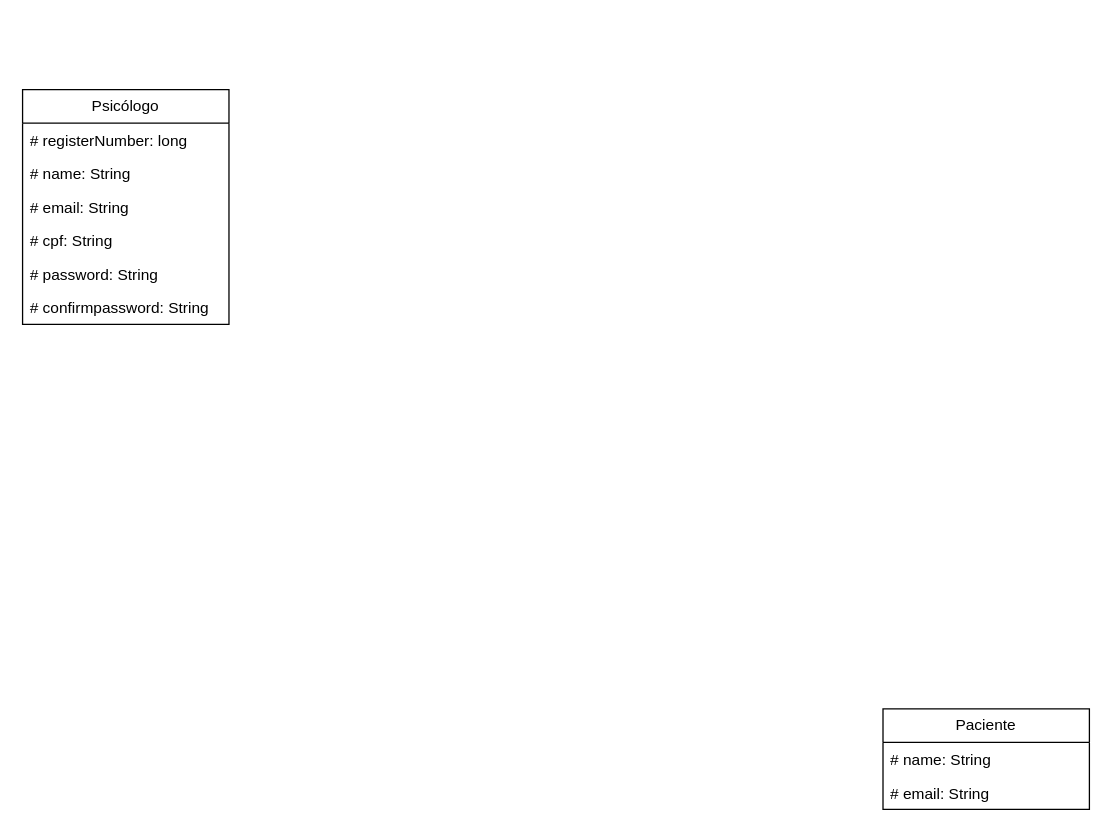
RebecaVieiraM/Diagramas keeps this draw.io diagram as ClassesMyPeace.drawio. Above is the earlier version. Source tidied: cells renumbered, new cells numbered last; positions are measured from the earlier drawing's top-left corner, leaving out a move shared by most shapes. Both pictures are drawn from the tidied source at 129%, with x=0, y=0 at pixel (22, 89).
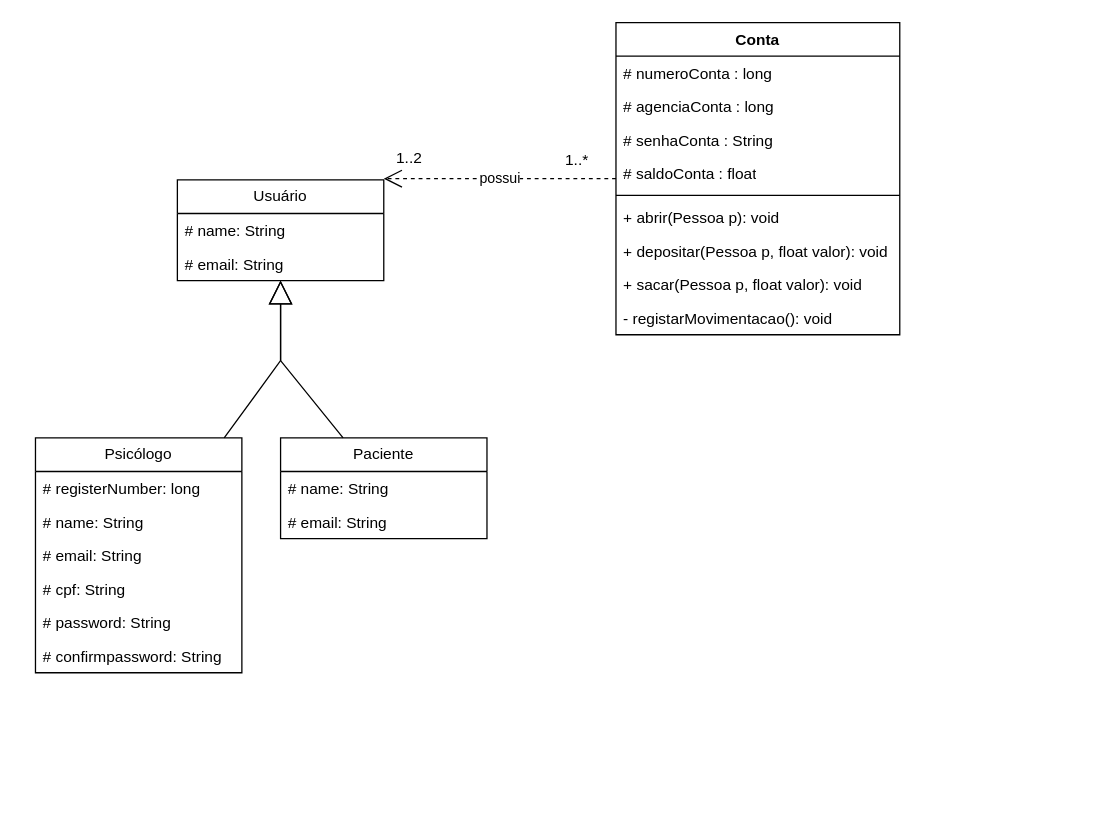
Above is the later version.

What changed in the source:
```diff
@@
     <mxCell id="2" value="Psicólogo" style="swimlane;fontStyle=0;horizontal=1;startSize=26;fillColor=none;whiteSpace=wrap;html=1;" parent="1" vertex="1">
-      <mxGeometry width="160" height="182" as="geometry" />
+      <mxGeometry x="10" y="270" width="160" height="182" as="geometry" />
     </mxCell>
@@
     <mxCell id="9" value="Paciente" style="swimlane;fontStyle=0;horizontal=1;startSize=26;fillColor=none;whiteSpace=wrap;html=1;" parent="1" vertex="1">
-      <mxGeometry x="667" y="480" width="160" height="78" as="geometry" />
+      <mxGeometry x="200" y="270" width="160" height="78" as="geometry" />
     </mxCell>
@@
+    <mxCell id="12" value="Conta" style="swimlane;fontStyle=1;align=center;verticalAlign=top;horizontal=1;startSize=26;whiteSpace=wrap;html=1;" parent="1" vertex="1">
+      <mxGeometry x="460" y="-52" width="220" height="242" as="geometry" />
+    </mxCell>
+    <mxCell id="13" value="# numeroConta : long" style="text;strokeColor=none;fillColor=none;align=left;verticalAlign=top;spacingLeft=4;spacingRight=4;overflow=hidden;whiteSpace=wrap;html=1;" parent="12" vertex="1">
+      <mxGeometry y="26" width="220" height="26" as="geometry" />
+    </mxCell>
+    <mxCell id="14" value="# agenciaConta : long" style="text;strokeColor=none;fillColor=none;align=left;verticalAlign=top;spacingLeft=4;spacingRight=4;overflow=hidden;whiteSpace=wrap;html=1;" parent="12" vertex="1">
+      <mxGeometry y="52" width="220" height="26" as="geometry" />
+    </mxCell>
+    <mxCell id="15" value="# senhaConta : String" style="text;strokeColor=none;fillColor=none;align=left;verticalAlign=top;spacingLeft=4;spacingRight=4;overflow=hidden;whiteSpace=wrap;html=1;" parent="12" vertex="1">
+      <mxGeometry y="78" width="220" height="26" as="geometry" />
+    </mxCell>
+    <mxCell id="16" value="# saldoConta : float" style="text;strokeColor=none;fillColor=none;align=left;verticalAlign=top;spacingLeft=4;spacingRight=4;overflow=hidden;whiteSpace=wrap;html=1;" parent="12" vertex="1">
+      <mxGeometry y="104" width="220" height="26" as="geometry" />
+    </mxCell>
+    <mxCell id="17" style="line;strokeWidth=1;fillColor=none;align=left;verticalAlign=middle;spacingTop=-1;spacingLeft=3;spacingRight=3;labelPosition=right;strokeColor=inherit;" parent="12" vertex="1">
+      <mxGeometry y="130" width="220" height="8" as="geometry" />
+    </mxCell>
+    <mxCell id="18" value="+ abrir(Pessoa p): void" style="text;strokeColor=none;fillColor=none;align=left;verticalAlign=top;spacingLeft=4;spacingRight=4;overflow=hidden;whiteSpace=wrap;html=1;" parent="12" vertex="1">
+      <mxGeometry y="138" width="220" height="26" as="geometry" />
+    </mxCell>
+    <mxCell id="19" value="+ depositar(Pessoa p, float valor): void" style="text;strokeColor=none;fillColor=none;align=left;verticalAlign=top;spacingLeft=4;spacingRight=4;overflow=hidden;whiteSpace=wrap;html=1;" parent="12" vertex="1">
+      <mxGeometry y="164" width="220" height="26" as="geometry" />
+    </mxCell>
+    <mxCell id="20" value="+ sacar(Pessoa p, float valor): void" style="text;strokeColor=none;fillColor=none;align=left;verticalAlign=top;spacingLeft=4;spacingRight=4;overflow=hidden;whiteSpace=wrap;html=1;" parent="12" vertex="1">
+      <mxGeometry y="190" width="220" height="26" as="geometry" />
+    </mxCell>
+    <mxCell id="21" value="- registarMovimentacao(): void" style="text;strokeColor=none;fillColor=none;align=left;verticalAlign=top;spacingLeft=4;spacingRight=4;overflow=hidden;whiteSpace=wrap;html=1;" parent="12" vertex="1">
+      <mxGeometry y="216" width="220" height="26" as="geometry" />
+    </mxCell>
+    <mxCell id="22" value="possui" style="endArrow=open;endSize=12;dashed=1;html=1;rounded=0;" parent="1" edge="1" source="12">
+      <mxGeometry relative="1" as="geometry">
+        <mxPoint x="280" y="69" as="targetPoint" />
+      </mxGeometry>
+    </mxCell>
+    <mxCell id="23" value="1..2" style="text;html=1;align=center;verticalAlign=middle;whiteSpace=wrap;rounded=0;" parent="1" vertex="1">
+      <mxGeometry x="270" y="38" width="60" height="30" as="geometry" />
+    </mxCell>
+    <mxCell id="24" value="1..*" style="text;html=1;align=center;verticalAlign=middle;whiteSpace=wrap;rounded=0;" parent="1" vertex="1">
+      <mxGeometry x="400" y="40" width="60" height="30" as="geometry" />
+    </mxCell>
+    <mxCell id="25" style="endArrow=block;endSize=16;endFill=0;html=1;rounded=0;" parent="1" edge="1" source="2" target="27">
+      <mxGeometry relative="1" as="geometry">
+        <Array as="points">
+          <mxPoint x="200" y="210" />
+        </Array>
+      </mxGeometry>
+    </mxCell>
+    <mxCell id="26" style="endArrow=block;endSize=16;endFill=0;html=1;rounded=0;" parent="1" edge="1" source="9" target="27">
+      <mxGeometry relative="1" as="geometry">
+        <Array as="points">
+          <mxPoint x="200" y="210" />
+        </Array>
+      </mxGeometry>
+    </mxCell>
+    <mxCell id="27" value="Usuário" style="swimlane;fontStyle=0;horizontal=1;startSize=26;fillColor=none;whiteSpace=wrap;html=1;" parent="1" vertex="1">
+      <mxGeometry x="120" y="70" width="160" height="78" as="geometry" />
+    </mxCell>
+    <mxCell id="28" value="# name: String" style="text;strokeColor=none;fillColor=none;align=left;verticalAlign=top;spacingLeft=4;spacingRight=4;overflow=hidden;whiteSpace=wrap;html=1;" parent="27" vertex="1">
+      <mxGeometry y="26" width="160" height="26" as="geometry" />
+    </mxCell>
+    <mxCell id="29" value="# email: String" style="text;strokeColor=none;fillColor=none;align=left;verticalAlign=top;spacingLeft=4;spacingRight=4;overflow=hidden;whiteSpace=wrap;html=1;" parent="27" vertex="1">
+      <mxGeometry y="52" width="160" height="26" as="geometry" />
+    </mxCell>
```
